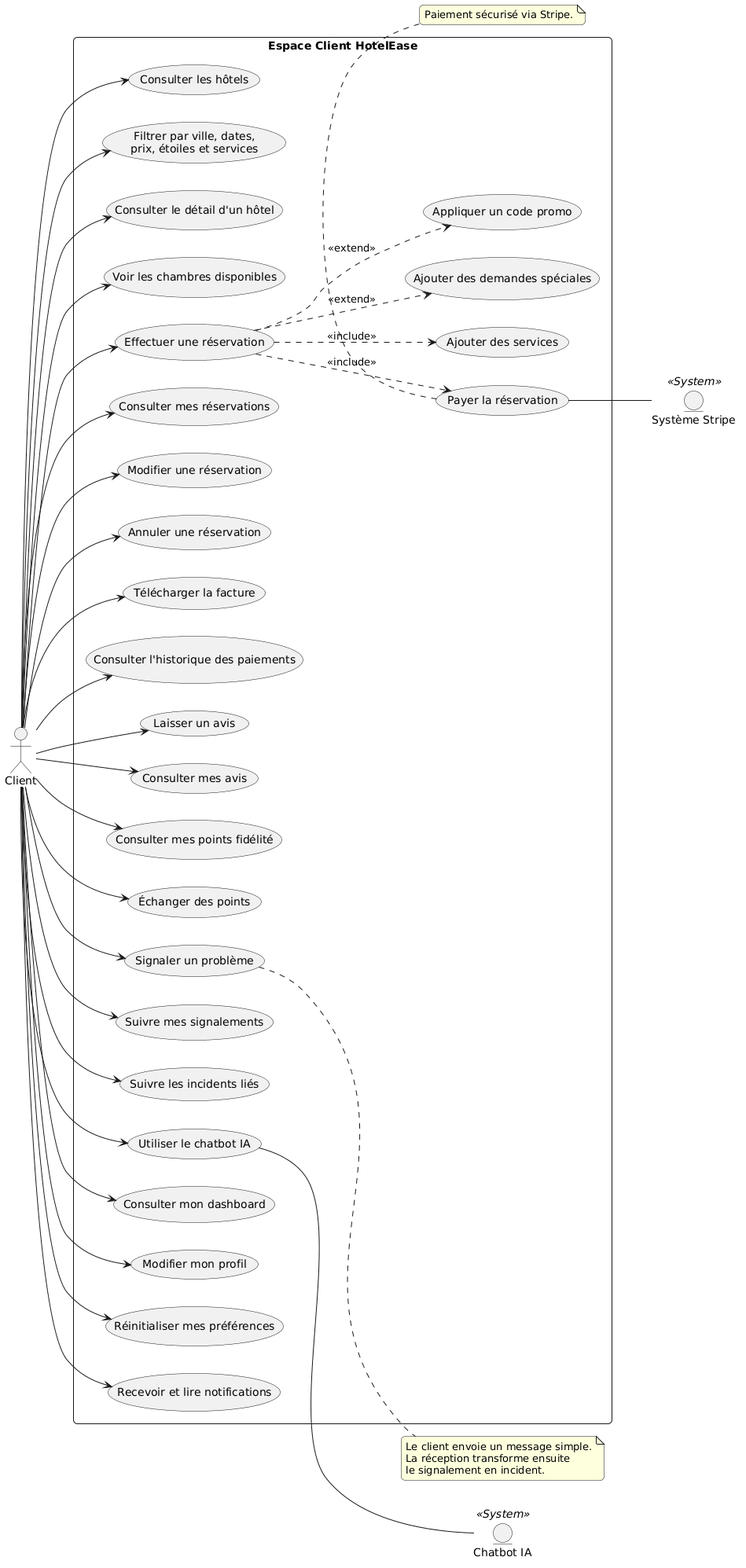
malek420122/hotel_project_pfe keeps this PlantUML diagram as out/docs/uml/02-use-case-client/02-use-case-client.png. Above is the earlier version.
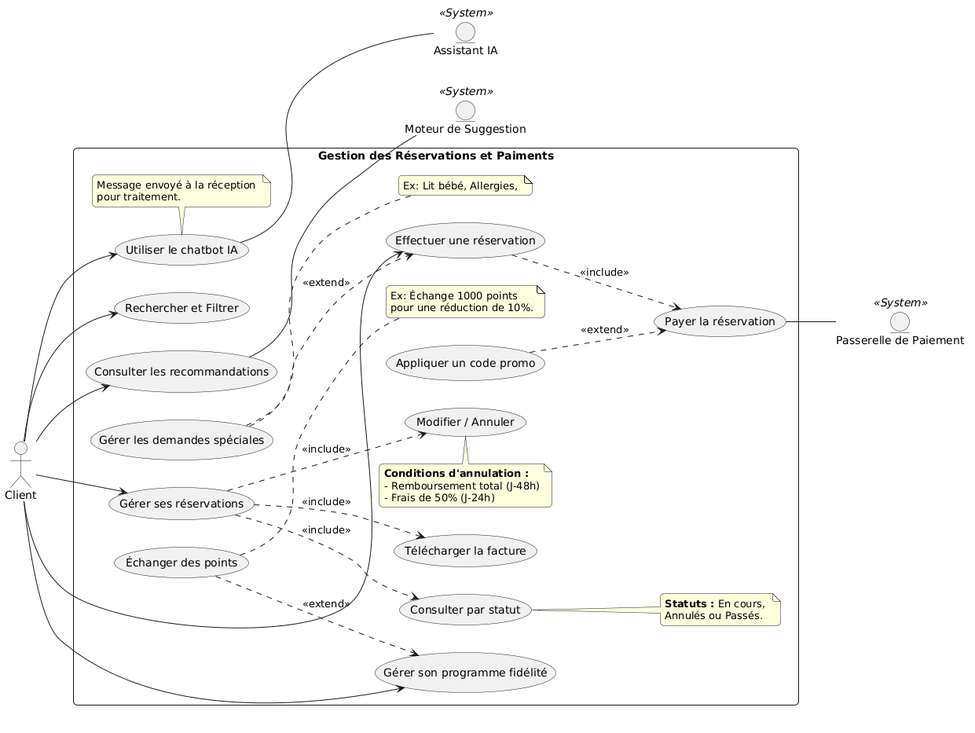
Later version of the same file.

Change to the diagram source:
```diff
@@ -1,83 +1,77 @@
 @startuml
 left to right direction
-skinparam packageStyle rectangle
 skinparam shadowing false
+skinparam actorStyle default
 skinparam roundcorner 10
-skinparam actorStyle default
 
 actor "Client" as Client
-entity "Système Stripe" as Stripe <<System>>
-entity "Chatbot IA" as Chatbot <<System>>
+entity "Passerelle de Paiement" as Stripe <<System>>
+entity "Assistant IA" as Chatbot <<System>>
+entity "Moteur de Suggestion" as Reco <<System>>
 
-rectangle "Espace Client HotelEase" {
-    (Consulter les hôtels) as UC_Hotels
-    (Filtrer par ville, dates,\nprix, étoiles et services) as UC_Filter
-    (Consulter le détail d'un hôtel) as UC_Detail
-    (Voir les chambres disponibles) as UC_Rooms
+rectangle "Gestion des Réservations et Paiments" {
+
+    (Rechercher et Filtrer) as UC_Search
+    (Consulter les recommandations) as UC_Reco
+
     (Effectuer une réservation) as UC_Book
-    (Ajouter des services) as UC_Services
-    (Ajouter des demandes spéciales) as UC_Special
+    (Gérer les demandes spéciales) as UC_Special
     (Appliquer un code promo) as UC_Promo
     (Payer la réservation) as UC_Pay
-    (Consulter mes réservations) as UC_MyBookings
-    (Modifier une réservation) as UC_EditBooking
-    (Annuler une réservation) as UC_CancelBooking
+
+    (Gérer ses réservations) as UC_Manage
+    (Consulter par statut) as UC_View
+    (Modifier / Annuler) as UC_Edit
     (Télécharger la facture) as UC_Invoice
-    (Consulter l'historique des paiements) as UC_PaymentHistory
-    (Laisser un avis) as UC_Review
-    (Consulter mes avis) as UC_MyReviews
-    (Consulter mes points fidélité) as UC_Loyalty
+
+    (Gérer son programme fidélité) as UC_Loyalty
     (Échanger des points) as UC_Redeem
-    (Signaler un problème) as UC_Signal
-    (Suivre mes signalements) as UC_SignalHistory
-    (Suivre les incidents liés) as UC_IncidentTracking
     (Utiliser le chatbot IA) as UC_Chatbot
-    (Consulter mon dashboard) as UC_Dashboard
-    (Modifier mon profil) as UC_Profile
-    (Réinitialiser mes préférences) as UC_ResetPrefs
-    (Recevoir et lire notifications) as UC_Notifs
+
+    Client --> UC_Search
+    Client --> UC_Reco
+    Client --> UC_Book
+    Client --> UC_Manage
+    Client --> UC_Loyalty
+    Client --> UC_Chatbot
+
+    UC_Book ..> UC_Pay : <<include>>
+    UC_Special ..> UC_Book : <<extend>>
+    UC_Promo ..> UC_Pay : <<extend>>
+
+    UC_Manage ..> UC_View : <<include>>
+    UC_Manage ..> UC_Edit : <<include>>
+    UC_Manage ..> UC_Invoice : <<include>>
+
+    UC_Redeem ..> UC_Loyalty : <<extend>>
+
+    UC_Pay -- Stripe
+    UC_Chatbot -- Chatbot
+    UC_Reco -- Reco
+
+    note top of UC_Edit
+      **Conditions d'annulation :**
+      - Remboursement total (J-48h)
+      - Frais de 50% (J-24h)
+    end note
+
+    note right of UC_View
+      **Statuts :** En cours,
+      Annulés ou Passés.
+    end note
+
+    note right of UC_Special
+      Ex: Lit bébé, Allergies,
+    end note
+
+    note bottom of UC_Chatbot
+      Message envoyé à la réception
+      pour traitement.
+    end note
+
+    note right of UC_Redeem
+      Ex: Échange 1000 points
+      pour une réduction de 10%.
+    end note
 }
-
-Client --> UC_Hotels
-Client --> UC_Filter
-Client --> UC_Detail
-Client --> UC_Rooms
-Client --> UC_Book
-UC_Book ..> UC_Services : <<include>>
-UC_Book ..> UC_Special : <<extend>>
-UC_Book ..> UC_Promo : <<extend>>
-UC_Book ..> UC_Pay : <<include>>
-UC_Pay -- Stripe
-
-Client --> UC_MyBookings
-Client --> UC_EditBooking
-Client --> UC_CancelBooking
-Client --> UC_Invoice
-Client --> UC_PaymentHistory
-
-Client --> UC_Review
-Client --> UC_MyReviews
-Client --> UC_Loyalty
-Client --> UC_Redeem
-
-Client --> UC_Signal
-Client --> UC_SignalHistory
-Client --> UC_IncidentTracking
-Client --> UC_Chatbot
-UC_Chatbot -- Chatbot
-
-Client --> UC_Dashboard
-Client --> UC_Profile
-Client --> UC_ResetPrefs
-Client --> UC_Notifs
-
-note right of UC_Signal
-  Le client envoie un message simple.
-  La réception transforme ensuite
-  le signalement en incident.
-end note
-
-note bottom of UC_Pay
-  Paiement sécurisé via Stripe.
-end note
 @enduml
```
